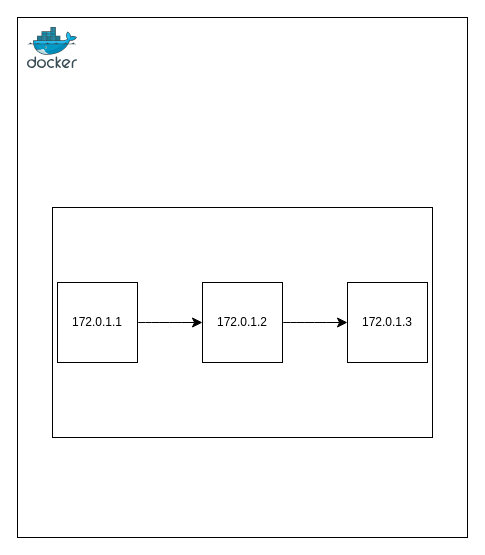
The draw.io diagram docker.drawio in SaranKumar516/Diagrams, before the edit. Source tidied: cells renumbered, new cells numbered last; positions are measured from the earlier drawing's top-left corner, leaving out a move shared by most shapes. Both pictures are drawn from the tidied source at 100%, with x=0, y=0 at pixel (17, 17). Pictures stored in the file or linked from it are replaced by grey dashed boxes.
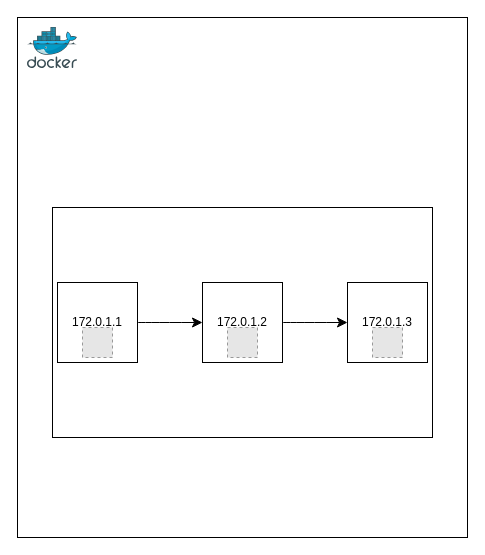
The same page after the edit.

The edit, as a diff of the source:
```diff
@@
 <mxGraphModel>
   <root>
     <mxCell id="0" />
     <mxCell id="1" parent="0" />
     <mxCell id="2" style="rounded=0;whiteSpace=wrap;html=1;direction=south;" parent="1" vertex="1">
       <mxGeometry width="450" height="520" as="geometry" />
     </mxCell>
     <mxCell id="3" style="rounded=0;whiteSpace=wrap;html=1;" parent="1" vertex="1">
       <mxGeometry x="35" y="190" width="380" height="230" as="geometry" />
     </mxCell>
     <mxCell id="4" style="image;sketch=0;html=1;align=center;fontSize=12;image=img/lib/mscae/Docker.svg;" parent="1" vertex="1">
       <mxGeometry x="10" y="10" width="50" height="41" as="geometry" />
     </mxCell>
     <mxCell id="5" value="172.0.1.3" style="whiteSpace=wrap;html=1;" parent="1" vertex="1">
       <mxGeometry x="330" y="265" width="80" height="80" as="geometry" />
     </mxCell>
     <mxCell id="6" style="edgeStyle=none;curved=1;rounded=0;jettySize=auto;html=1;fontSize=12;startSize=8;endSize=8;entryX=0;entryY=0.5;entryDx=0;entryDy=0;" parent="1" edge="1" source="7" target="5">
       <mxGeometry relative="1" as="geometry" />
     </mxCell>
     <mxCell id="7" value="172.0.1.2" style="whiteSpace=wrap;html=1;" parent="1" vertex="1">
       <mxGeometry x="185" y="265" width="80" height="80" as="geometry" />
     </mxCell>
     <mxCell id="8" style="edgeStyle=none;curved=1;rounded=0;jettySize=auto;html=1;exitX=1;exitY=0.5;exitDx=0;exitDy=0;entryX=0;entryY=0.5;entryDx=0;entryDy=0;fontSize=12;startSize=8;endSize=8;" parent="1" edge="1" source="9" target="7">
       <mxGeometry relative="1" as="geometry" />
     </mxCell>
     <mxCell id="9" value="172.0.1.1" style="whiteSpace=wrap;html=1;" parent="1" vertex="1">
       <mxGeometry x="40" y="265" width="80" height="80" as="geometry" />
     </mxCell>
+    <mxCell id="10" style="fillColor=#E6E6E6;strokeColor=#999999;dashed=1;html=1;verticalAlign=top;verticalLabelPosition=bottom;labelBackgroundColor=#ffffff;" parent="1" vertex="1">
+      <mxGeometry x="355" y="310" width="30" height="30" as="geometry" />
+    </mxCell>
+    <mxCell id="11" style="fillColor=#E6E6E6;strokeColor=#999999;dashed=1;html=1;verticalAlign=top;verticalLabelPosition=bottom;labelBackgroundColor=#ffffff;" parent="1" vertex="1">
+      <mxGeometry x="65" y="310" width="30" height="30" as="geometry" />
+    </mxCell>
+    <mxCell id="12" style="fillColor=#E6E6E6;strokeColor=#999999;dashed=1;html=1;verticalAlign=top;verticalLabelPosition=bottom;labelBackgroundColor=#ffffff;" parent="1" vertex="1">
+      <mxGeometry x="210" y="310" width="30" height="30" as="geometry" />
+    </mxCell>
   </root>
 </mxGraphModel>
```
